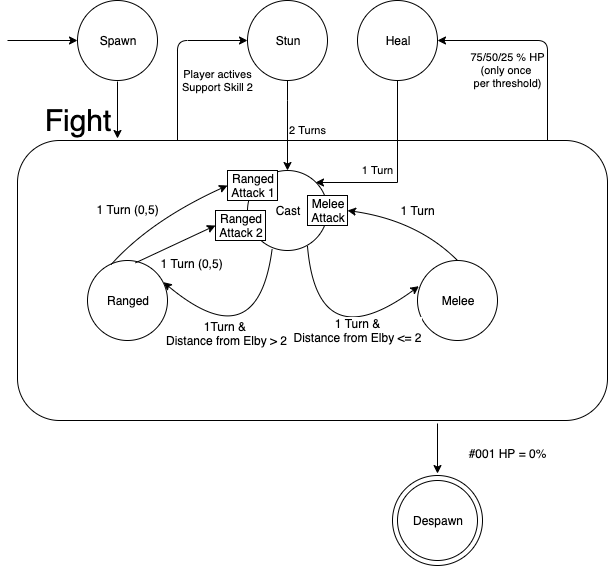
Above: images/graphs/fsa/fsa_001.png in gerardbaholli/UNIMI-GLD-Documents (draw.io), before the change. Source tidied: cells renumbered, new cells last; positions are measured from the earlier drawing's top-left corner, leaving out a move shared by most shapes. The source it was exported from:
```xml
<mxGraphModel>
  <root>
    <mxCell id="0" />
    <mxCell id="1" parent="0" />
    <mxCell id="2" style="rounded=1;whiteSpace=wrap;html=1;" parent="1" vertex="1">
      <mxGeometry x="10" y="140" width="590" height="280" as="geometry" />
    </mxCell>
    <mxCell id="3" value="Cast" style="ellipse;whiteSpace=wrap;html=1;" parent="1" vertex="1">
      <mxGeometry x="240" y="170" width="80" height="80" as="geometry" />
    </mxCell>
    <mxCell id="4" style="ellipse;whiteSpace=wrap;html=1;" parent="1" vertex="1">
      <mxGeometry x="385" y="475" width="90" height="90" as="geometry" />
    </mxCell>
    <mxCell id="5" value="Spawn" style="ellipse;whiteSpace=wrap;html=1;" parent="1" vertex="1">
      <mxGeometry x="70" width="80" height="80" as="geometry" />
    </mxCell>
    <mxCell id="6" style="endArrow=classic;html=1;fontSize=30;" parent="1" edge="1">
      <mxGeometry relative="1" as="geometry">
        <mxPoint x="110" y="81" as="sourcePoint" />
        <mxPoint x="110" y="138" as="targetPoint" />
      </mxGeometry>
    </mxCell>
    <mxCell id="7" style="endArrow=classic;html=1;fontSize=30;entryX=0;entryY=0.5;entryDx=0;entryDy=0;" parent="1" edge="1" target="5">
      <mxGeometry relative="1" as="geometry">
        <mxPoint y="40" as="sourcePoint" />
      </mxGeometry>
    </mxCell>
    <mxCell id="8" value="Despawn" style="ellipse;whiteSpace=wrap;html=1;fontSize=12;" parent="1" vertex="1">
      <mxGeometry x="390" y="480" width="80" height="80" as="geometry" />
    </mxCell>
    <mxCell id="9" value="Fight" style="text;html=1;strokeColor=none;fillColor=none;align=center;verticalAlign=middle;whiteSpace=wrap;rounded=0;fontSize=30;" parent="1" vertex="1">
      <mxGeometry x="30" y="100" width="80" height="40" as="geometry" />
    </mxCell>
    <mxCell id="10" value="Melee" style="ellipse;whiteSpace=wrap;html=1;" parent="1" vertex="1">
      <mxGeometry x="410" y="260" width="80" height="80" as="geometry" />
    </mxCell>
    <mxCell id="11" value="Ranged" style="ellipse;whiteSpace=wrap;html=1;" parent="1" vertex="1">
      <mxGeometry x="80" y="260" width="80" height="80" as="geometry" />
    </mxCell>
    <mxCell id="12" value="&lt;font style=&quot;font-size: 12px&quot;&gt;#001 HP = 0%&lt;/font&gt;" style="endArrow=classic;html=1;fontSize=30;entryX=0.5;entryY=-0.087;entryDx=0;entryDy=0;entryPerimeter=0;" parent="1" edge="1" target="8">
      <mxGeometry x="-0.05" y="70" relative="1" as="geometry">
        <mxPoint x="430" y="423" as="sourcePoint" />
      </mxGeometry>
    </mxCell>
    <mxCell id="13" value="1 Turn &amp;amp;&lt;br&gt;Distance from Elby &amp;lt;= 2" style="curved=1;endArrow=classic;html=1;fontSize=12;entryX=0.017;entryY=0.321;entryDx=0;entryDy=0;entryPerimeter=0;" parent="1" edge="1" target="10">
      <mxGeometry x="-0.27" y="42" relative="1" as="geometry">
        <mxPoint x="300" y="246" as="sourcePoint" />
        <Array as="points">
          <mxPoint x="310" y="360" />
        </Array>
      </mxGeometry>
    </mxCell>
    <mxCell id="14" value="1Turn &amp;amp;&amp;nbsp;&lt;br&gt;Distance from Elby &amp;gt; 2" style="curved=1;endArrow=classic;html=1;fontSize=12;exitX=0.308;exitY=0.979;exitDx=0;exitDy=0;exitPerimeter=0;entryX=0.95;entryY=0.271;entryDx=0;entryDy=0;entryPerimeter=0;" parent="1" edge="1" source="3" target="11">
      <mxGeometry x="-0.24" y="-34" relative="1" as="geometry">
        <Array as="points">
          <mxPoint x="250" y="360" />
        </Array>
      </mxGeometry>
    </mxCell>
    <mxCell id="15" value="1 Turn (0,5)" style="curved=1;endArrow=classic;html=1;fontSize=12;entryX=0;entryY=0.5;entryDx=0;entryDy=0;exitX=0.292;exitY=0.054;exitDx=0;exitDy=0;exitPerimeter=0;" parent="1" edge="1" source="11" target="18">
      <mxGeometry x="-0.23" y="24" relative="1" as="geometry">
        <Array as="points">
          <mxPoint x="143" y="220" />
        </Array>
        <mxPoint x="-3" y="2" as="offset" />
      </mxGeometry>
    </mxCell>
    <mxCell id="16" value="1 Turn" style="curved=1;endArrow=classic;html=1;fontSize=12;entryX=1;entryY=0.5;entryDx=0;entryDy=0;exitX=0.5;exitY=0;exitDx=0;exitDy=0;" parent="1" edge="1" source="10" target="17">
      <mxGeometry x="-0.11" y="-10" relative="1" as="geometry">
        <Array as="points">
          <mxPoint x="410" y="220" />
        </Array>
        <mxPoint x="-1" as="offset" />
      </mxGeometry>
    </mxCell>
    <mxCell id="17" value="Melee&lt;br&gt;Attack" style="rounded=0;whiteSpace=wrap;html=1;fontSize=12;" parent="1" vertex="1">
      <mxGeometry x="300" y="195" width="40" height="30" as="geometry" />
    </mxCell>
    <mxCell id="18" value="Ranged&lt;br&gt;Attack 1" style="rounded=0;whiteSpace=wrap;html=1;fontSize=12;" parent="1" vertex="1">
      <mxGeometry x="220" y="170" width="50" height="30" as="geometry" />
    </mxCell>
    <mxCell id="19" style="edgeStyle=orthogonalEdgeStyle;rounded=0;orthogonalLoop=1;jettySize=auto;html=1;exitX=0.5;exitY=1;exitDx=0;exitDy=0;" parent="1" edge="1" source="18" target="18">
      <mxGeometry relative="1" as="geometry" />
    </mxCell>
    <mxCell id="20" value="2 Turns" style="edgeStyle=orthogonalEdgeStyle;rounded=0;jettySize=auto;html=1;exitX=0.5;exitY=1;exitDx=0;exitDy=0;entryX=0.5;entryY=0;entryDx=0;entryDy=0;" parent="1" edge="1" source="21" target="3">
      <mxGeometry x="0.11" y="20" relative="1" as="geometry">
        <Array as="points">
          <mxPoint x="280" y="100" />
          <mxPoint x="280" y="100" />
        </Array>
      </mxGeometry>
    </mxCell>
    <mxCell id="21" value="Stun" style="ellipse;whiteSpace=wrap;html=1;" parent="1" vertex="1">
      <mxGeometry x="240" width="80" height="80" as="geometry" />
    </mxCell>
    <mxCell id="22" value="Player actives&lt;br&gt;Support Skill 2" style="edgeStyle=segmentEdgeStyle;endArrow=classic;html=1;entryX=0;entryY=0.5;entryDx=0;entryDy=0;" parent="1" edge="1" target="21">
      <mxGeometry x="0.65" y="-40" relative="1" as="geometry">
        <mxPoint x="170" y="140" as="sourcePoint" />
        <Array as="points">
          <mxPoint x="170" y="40" />
        </Array>
      </mxGeometry>
    </mxCell>
    <mxCell id="23" value="1 Turn (0,5)" style="curved=1;endArrow=classic;html=1;fontSize=12;exitX=0.6;exitY=0.029;exitDx=0;exitDy=0;exitPerimeter=0;entryX=0;entryY=0.5;entryDx=0;entryDy=0;" parent="1" edge="1" source="11" target="24">
      <mxGeometry x="0.16" y="-24" relative="1" as="geometry" />
    </mxCell>
    <mxCell id="24" value="Ranged&lt;br&gt;Attack 2" style="rounded=0;whiteSpace=wrap;html=1;fontSize=12;" parent="1" vertex="1">
      <mxGeometry x="208" y="210" width="50" height="30" as="geometry" />
    </mxCell>
    <mxCell id="25" value="1 Turn" style="edgeStyle=orthogonalEdgeStyle;rounded=0;jettySize=auto;html=1;exitX=0.5;exitY=1;exitDx=0;exitDy=0;entryX=1;entryY=0;entryDx=0;entryDy=0;" parent="1" edge="1" source="26" target="3">
      <mxGeometry x="-0.02" y="-20" relative="1" as="geometry">
        <Array as="points">
          <mxPoint x="390" y="182" />
        </Array>
      </mxGeometry>
    </mxCell>
    <mxCell id="26" value="Heal" style="ellipse;whiteSpace=wrap;html=1;" parent="1" vertex="1">
      <mxGeometry x="350" width="80" height="80" as="geometry" />
    </mxCell>
    <mxCell id="27" value="75/50/25 % HP&lt;br&gt;(only once &lt;br&gt;per threshold)" style="edgeStyle=segmentEdgeStyle;endArrow=classic;html=1;entryX=0;entryY=0.5;entryDx=0;entryDy=0;" parent="1" edge="1">
      <mxGeometry x="0.33" y="30" relative="1" as="geometry">
        <mxPoint x="540" y="140" as="sourcePoint" />
        <mxPoint x="430" y="40" as="targetPoint" />
        <Array as="points">
          <mxPoint x="540" y="140" />
          <mxPoint x="540" y="40" />
        </Array>
      </mxGeometry>
    </mxCell>
  </root>
</mxGraphModel>
```
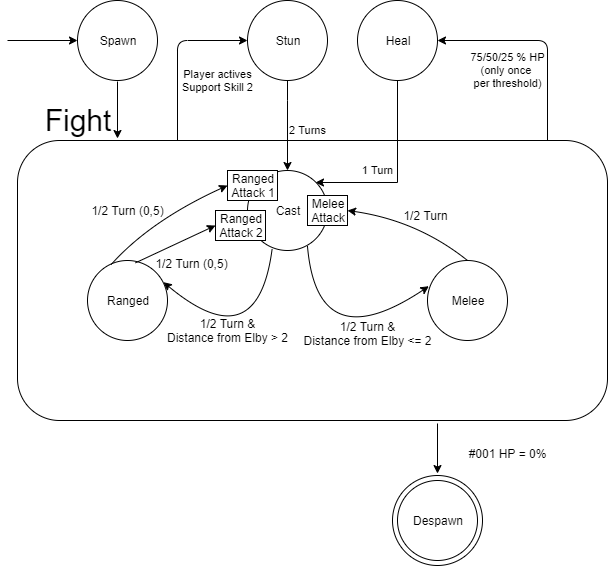
The same diagram one commit later.

Change to the diagram source:
```diff
@@ -32,7 +32,7 @@
       <mxGeometry x="30" y="100" width="80" height="40" as="geometry" />
     </mxCell>
     <mxCell id="10" value="Melee" style="ellipse;whiteSpace=wrap;html=1;" parent="1" vertex="1">
-      <mxGeometry x="410" y="260" width="80" height="80" as="geometry" />
+      <mxGeometry x="420" y="260" width="80" height="80" as="geometry" />
     </mxCell>
     <mxCell id="11" value="Ranged" style="ellipse;whiteSpace=wrap;html=1;" parent="1" vertex="1">
       <mxGeometry x="80" y="260" width="80" height="80" as="geometry" />
@@ -42,30 +42,29 @@
         <mxPoint x="430" y="423" as="sourcePoint" />
       </mxGeometry>
     </mxCell>
-    <mxCell id="13" value="1 Turn &amp;amp;&lt;br&gt;Distance from Elby &amp;lt;= 2" style="curved=1;endArrow=classic;html=1;fontSize=12;entryX=0.017;entryY=0.321;entryDx=0;entryDy=0;entryPerimeter=0;" parent="1" edge="1" target="10">
-      <mxGeometry x="-0.27" y="42" relative="1" as="geometry">
+    <mxCell id="13" value="1/2 Turn &amp;amp;&lt;br&gt;Distance from Elby &amp;lt;= 2" style="curved=1;endArrow=classic;html=1;fontSize=12;entryX=0.017;entryY=0.321;entryDx=0;entryDy=0;entryPerimeter=0;" parent="1" edge="1" target="10">
+      <mxGeometry x="-0.26" y="52" relative="1" as="geometry">
         <mxPoint x="300" y="246" as="sourcePoint" />
         <Array as="points">
           <mxPoint x="310" y="360" />
         </Array>
       </mxGeometry>
     </mxCell>
-    <mxCell id="14" value="1Turn &amp;amp;&amp;nbsp;&lt;br&gt;Distance from Elby &amp;gt; 2" style="curved=1;endArrow=classic;html=1;fontSize=12;exitX=0.308;exitY=0.979;exitDx=0;exitDy=0;exitPerimeter=0;entryX=0.95;entryY=0.271;entryDx=0;entryDy=0;entryPerimeter=0;" parent="1" edge="1" source="3" target="11">
-      <mxGeometry x="-0.24" y="-34" relative="1" as="geometry">
+    <mxCell id="14" value="1/2 Turn &amp;amp;&lt;br&gt;Distance from Elby &amp;gt; 2" style="curved=1;endArrow=classic;html=1;fontSize=12;exitX=0.308;exitY=0.979;exitDx=0;exitDy=0;exitPerimeter=0;entryX=0.95;entryY=0.271;entryDx=0;entryDy=0;entryPerimeter=0;" parent="1" edge="1" source="3" target="11">
+      <mxGeometry x="-0.26" y="-34" relative="1" as="geometry">
         <Array as="points">
           <mxPoint x="250" y="360" />
         </Array>
       </mxGeometry>
     </mxCell>
-    <mxCell id="15" value="1 Turn (0,5)" style="curved=1;endArrow=classic;html=1;fontSize=12;entryX=0;entryY=0.5;entryDx=0;entryDy=0;exitX=0.292;exitY=0.054;exitDx=0;exitDy=0;exitPerimeter=0;" parent="1" edge="1" source="11" target="18">
-      <mxGeometry x="-0.23" y="24" relative="1" as="geometry">
+    <mxCell id="15" value="1/2 Turn (0,5)" style="curved=1;endArrow=classic;html=1;fontSize=12;entryX=0;entryY=0.5;entryDx=0;entryDy=0;exitX=0.292;exitY=0.054;exitDx=0;exitDy=0;exitPerimeter=0;" parent="1" edge="1" source="11" target="18">
+      <mxGeometry x="-0.28" y="24" relative="1" as="geometry">
         <Array as="points">
           <mxPoint x="143" y="220" />
         </Array>
-        <mxPoint x="-3" y="2" as="offset" />
       </mxGeometry>
     </mxCell>
-    <mxCell id="16" value="1 Turn" style="curved=1;endArrow=classic;html=1;fontSize=12;entryX=1;entryY=0.5;entryDx=0;entryDy=0;exitX=0.5;exitY=0;exitDx=0;exitDy=0;" parent="1" edge="1" source="10" target="17">
+    <mxCell id="16" value="1/2 Turn" style="curved=1;endArrow=classic;html=1;fontSize=12;entryX=1;entryY=0.5;entryDx=0;entryDy=0;exitX=0.5;exitY=0;exitDx=0;exitDy=0;" parent="1" edge="1" source="10" target="17">
       <mxGeometry x="-0.11" y="-10" relative="1" as="geometry">
         <Array as="points">
           <mxPoint x="410" y="220" />
@@ -101,7 +100,7 @@
         </Array>
       </mxGeometry>
     </mxCell>
-    <mxCell id="23" value="1 Turn (0,5)" style="curved=1;endArrow=classic;html=1;fontSize=12;exitX=0.6;exitY=0.029;exitDx=0;exitDy=0;exitPerimeter=0;entryX=0;entryY=0.5;entryDx=0;entryDy=0;" parent="1" edge="1" source="11" target="24">
+    <mxCell id="23" value="1/2 Turn (0,5)" style="curved=1;endArrow=classic;html=1;fontSize=12;exitX=0.6;exitY=0.029;exitDx=0;exitDy=0;exitPerimeter=0;entryX=0;entryY=0.5;entryDx=0;entryDy=0;" parent="1" edge="1" source="11" target="24">
       <mxGeometry x="0.16" y="-24" relative="1" as="geometry" />
     </mxCell>
     <mxCell id="24" value="Ranged&lt;br&gt;Attack 2" style="rounded=0;whiteSpace=wrap;html=1;fontSize=12;" parent="1" vertex="1">
```
